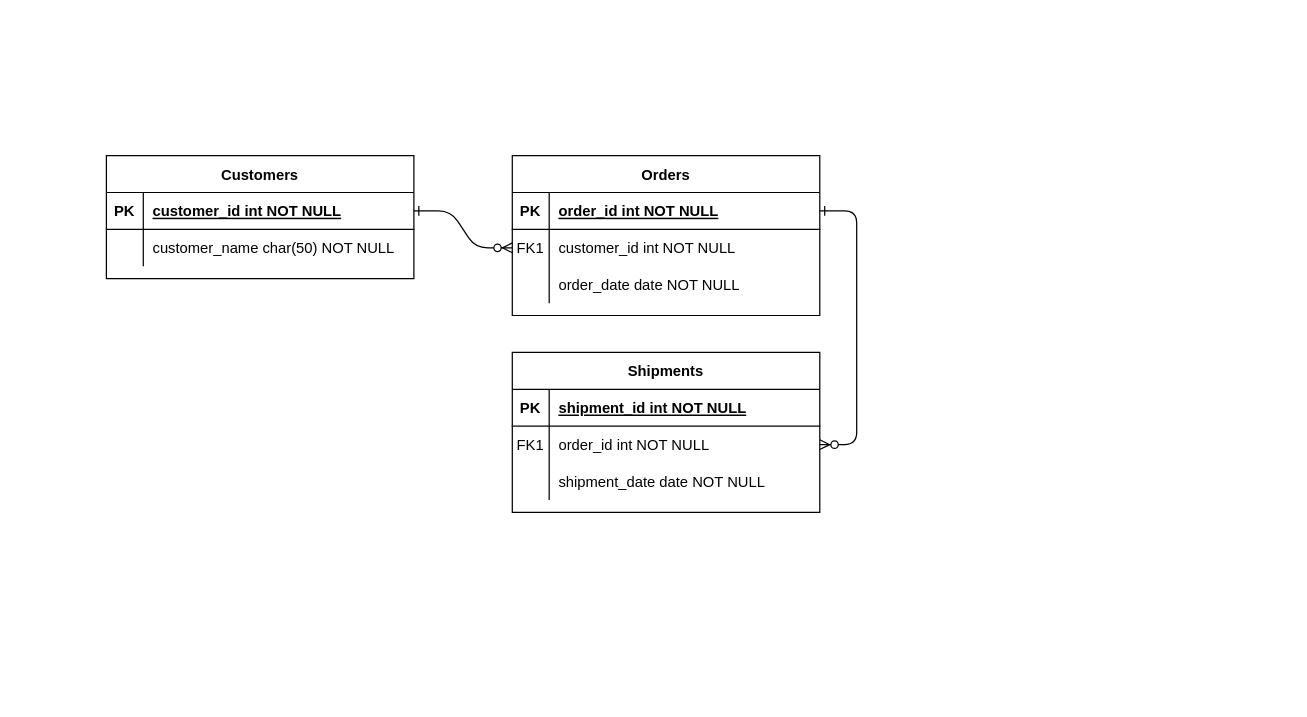
Tirpitztt/Dogs keeps this draw.io diagram as Untitled Diagram.drawio. Above is the earlier version. Source tidied: cells renumbered, new cells numbered last; positions are measured from the earlier drawing's top-left corner, leaving out a move shared by most shapes. Both pictures are drawn from the tidied source at 123%, with x=0, y=0 at pixel (106, 155).
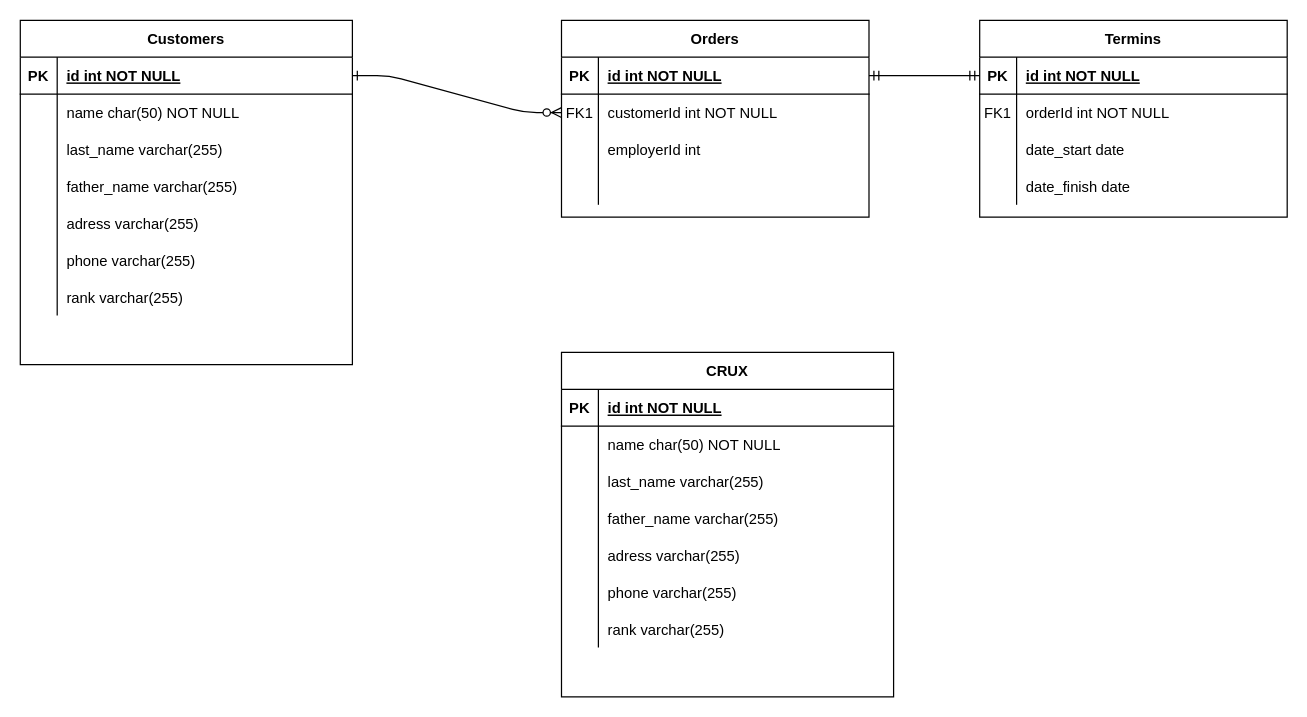
The same page after the edit.

Unchanged cells that the change refers to:
```xml
<mxCell id="5" style="shape=partialRectangle;fillColor=none;points=[[0,0.5],[1,0.5]];portConstraint=eastwest;top=0;left=0;right=0;bottom=1;" parent="4" vertex="1">
  <mxGeometry y="30" width="250" height="30" as="geometry" />
</mxCell>
<mxCell id="8" style="shape=partialRectangle;fillColor=none;points=[[0,0.5],[1,0.5]];portConstraint=eastwest;top=0;left=0;right=0;bottom=0;" parent="4" vertex="1">
  <mxGeometry y="60" width="250" height="30" as="geometry" />
</mxCell>
<mxCell id="11" style="shape=partialRectangle;fillColor=none;top=0;left=0;right=0;bottom=0;" parent="4" vertex="1">
  <mxGeometry y="90" width="250" height="30" as="geometry" />
</mxCell>
<mxCell id="15" style="shape=partialRectangle;fillColor=none;points=[[0,0.5],[1,0.5]];portConstraint=eastwest;top=0;left=0;right=0;bottom=1;" parent="14" vertex="1">
  <mxGeometry y="30" width="250" height="30" as="geometry" />
</mxCell>
<mxCell id="18" style="shape=partialRectangle;fillColor=none;points=[[0,0.5],[1,0.5]];portConstraint=eastwest;top=0;left=0;right=0;bottom=0;" parent="14" vertex="1">
  <mxGeometry y="60" width="250" height="30" as="geometry" />
</mxCell>
<mxCell id="21" style="shape=partialRectangle;fillColor=none;top=0;left=0;right=0;bottom=0;" parent="14" vertex="1">
  <mxGeometry y="90" width="250" height="30" as="geometry" />
</mxCell>
```

What changed in the source:
```diff
@@
-    <mxCell id="3" style="edgeStyle=entityRelationEdgeStyle;endArrow=ERzeroToMany;startArrow=ERone;endFill=1;startFill=0;" parent="1" edge="1" source="5" target="18">
-      <mxGeometry relative="1" as="geometry" />
-    </mxCell>
     <mxCell id="4" value="Orders" style="shape=table;startSize=30;childLayout=tableLayout;rowLines=0;fontStyle=1;align=center;" parent="1" vertex="1">
-      <mxGeometry x="330" width="250" height="130" as="geometry" />
+      <mxGeometry x="370" y="-110" width="250" height="160" as="geometry" />
     </mxCell>
@@
-    <mxCell id="7" value="order_id int NOT NULL " style="shape=partialRectangle;overflow=hidden;fillColor=none;top=0;left=0;bottom=0;right=0;align=left;spacingLeft=6;fontStyle=5;" parent="5" vertex="1">
+    <mxCell id="7" value="id int NOT NULL " style="shape=partialRectangle;overflow=hidden;fillColor=none;top=0;left=0;bottom=0;right=0;align=left;spacingLeft=6;fontStyle=5;" parent="5" vertex="1">
       <mxGeometry x="30" width="220" height="30" as="geometry" />
     </mxCell>
@@
-    <mxCell id="10" value="customer_id int NOT NULL" style="shape=partialRectangle;overflow=hidden;fillColor=none;top=0;left=0;bottom=0;right=0;align=left;spacingLeft=6;" parent="8" vertex="1">
+    <mxCell id="10" value="customerId int NOT NULL" style="shape=partialRectangle;overflow=hidden;fillColor=none;top=0;left=0;bottom=0;right=0;align=left;spacingLeft=6;" parent="8" vertex="1">
       <mxGeometry x="30" width="220" height="30" as="geometry" />
     </mxCell>
@@
-    <mxCell id="13" value="order_date date NOT NULL" style="shape=partialRectangle;overflow=hidden;fillColor=none;top=0;left=0;bottom=0;right=0;align=left;spacingLeft=6;" parent="11" vertex="1">
+    <mxCell id="13" value="employerId int" style="shape=partialRectangle;overflow=hidden;fillColor=none;top=0;left=0;bottom=0;right=0;align=left;spacingLeft=6;" parent="11" vertex="1">
       <mxGeometry x="30" width="220" height="30" as="geometry" />
     </mxCell>
+    <mxCell id="31" style="shape=partialRectangle;fillColor=none;top=0;left=0;right=0;bottom=0;" parent="4" vertex="1">
+      <mxGeometry y="120" width="250" height="30" as="geometry" />
+    </mxCell>
+    <mxCell id="32" style="shape=partialRectangle;overflow=hidden;fillColor=none;top=0;left=0;bottom=0;right=0;" parent="31" vertex="1">
+      <mxGeometry width="30" height="30" as="geometry" />
+    </mxCell>
+    <mxCell id="33" style="shape=partialRectangle;overflow=hidden;fillColor=none;top=0;left=0;bottom=0;right=0;align=left;spacingLeft=6;" parent="31" vertex="1">
+      <mxGeometry x="30" width="220" height="30" as="geometry" />
+    </mxCell>
-    <mxCell id="14" value="Shipments" style="shape=table;startSize=30;childLayout=tableLayout;rowLines=0;fontStyle=1;align=center;" parent="1" vertex="1">
-      <mxGeometry x="330" y="160" width="250" height="130" as="geometry" />
+    <mxCell id="14" value="Termins" style="shape=table;startSize=30;childLayout=tableLayout;rowLines=0;fontStyle=1;align=center;" parent="1" vertex="1">
+      <mxGeometry x="710" y="-110" width="250" height="160" as="geometry" />
     </mxCell>
@@
-    <mxCell id="17" value="shipment_id int NOT NULL " style="shape=partialRectangle;overflow=hidden;fillColor=none;top=0;left=0;bottom=0;right=0;align=left;spacingLeft=6;fontStyle=5;" parent="15" vertex="1">
+    <mxCell id="17" value="id int NOT NULL " style="shape=partialRectangle;overflow=hidden;fillColor=none;top=0;left=0;bottom=0;right=0;align=left;spacingLeft=6;fontStyle=5;" parent="15" vertex="1">
       <mxGeometry x="30" width="220" height="30" as="geometry" />
     </mxCell>
@@
-    <mxCell id="20" value="order_id int NOT NULL" style="shape=partialRectangle;overflow=hidden;fillColor=none;top=0;left=0;bottom=0;right=0;align=left;spacingLeft=6;" parent="18" vertex="1">
+    <mxCell id="20" value="orderId int NOT NULL" style="shape=partialRectangle;overflow=hidden;fillColor=none;top=0;left=0;bottom=0;right=0;align=left;spacingLeft=6;" parent="18" vertex="1">
       <mxGeometry x="30" width="220" height="30" as="geometry" />
     </mxCell>
@@
-    <mxCell id="23" value="shipment_date date NOT NULL" style="shape=partialRectangle;overflow=hidden;fillColor=none;top=0;left=0;bottom=0;right=0;align=left;spacingLeft=6;" parent="21" vertex="1">
+    <mxCell id="23" value="date_start date " style="shape=partialRectangle;overflow=hidden;fillColor=none;top=0;left=0;bottom=0;right=0;align=left;spacingLeft=6;" parent="21" vertex="1">
       <mxGeometry x="30" width="220" height="30" as="geometry" />
     </mxCell>
+    <mxCell id="34" style="shape=partialRectangle;fillColor=none;top=0;left=0;right=0;bottom=0;" parent="14" vertex="1">
+      <mxGeometry y="120" width="250" height="30" as="geometry" />
+    </mxCell>
+    <mxCell id="35" style="shape=partialRectangle;overflow=hidden;fillColor=none;top=0;left=0;bottom=0;right=0;" parent="34" vertex="1">
+      <mxGeometry width="30" height="30" as="geometry" />
+    </mxCell>
+    <mxCell id="36" value="date_finish date" style="shape=partialRectangle;overflow=hidden;fillColor=none;top=0;left=0;bottom=0;right=0;align=left;spacingLeft=6;" parent="34" vertex="1">
+      <mxGeometry x="30" width="220" height="30" as="geometry" />
+    </mxCell>
     <mxCell id="24" value="Customers" style="shape=table;startSize=30;childLayout=tableLayout;rowLines=0;fontStyle=1;align=center;" parent="1" vertex="1">
-      <mxGeometry width="250" height="100" as="geometry" />
+      <mxGeometry x="-70" y="-110" width="270" height="280" as="geometry" />
     </mxCell>
     <mxCell id="25" style="shape=partialRectangle;fillColor=none;points=[[0,0.5],[1,0.5]];portConstraint=eastwest;top=0;left=0;right=0;bottom=1;" parent="24" vertex="1">
-      <mxGeometry y="30" width="250" height="30" as="geometry" />
+      <mxGeometry y="30" width="270" height="30" as="geometry" />
     </mxCell>
@@
-    <mxCell id="27" value="customer_id int NOT NULL " style="shape=partialRectangle;overflow=hidden;fillColor=none;top=0;left=0;bottom=0;right=0;align=left;spacingLeft=6;fontStyle=5;" parent="25" vertex="1">
-      <mxGeometry x="30" width="220" height="30" as="geometry" />
+    <mxCell id="27" value="id int NOT NULL " style="shape=partialRectangle;overflow=hidden;fillColor=none;top=0;left=0;bottom=0;right=0;align=left;spacingLeft=6;fontStyle=5;" parent="25" vertex="1">
+      <mxGeometry x="30" width="240" height="30" as="geometry" />
     </mxCell>
     <mxCell id="28" style="shape=partialRectangle;fillColor=none;top=0;left=0;right=0;bottom=0;" parent="24" vertex="1">
-      <mxGeometry y="60" width="250" height="30" as="geometry" />
+      <mxGeometry y="60" width="270" height="30" as="geometry" />
     </mxCell>
@@
-    <mxCell id="30" value="customer_name char(50) NOT NULL" style="shape=partialRectangle;overflow=hidden;fillColor=none;top=0;left=0;bottom=0;right=0;align=left;spacingLeft=6;" parent="28" vertex="1">
-      <mxGeometry x="30" width="220" height="30" as="geometry" />
+    <mxCell id="30" value="name char(50) NOT NULL" style="shape=partialRectangle;overflow=hidden;fillColor=none;top=0;left=0;bottom=0;right=0;align=left;spacingLeft=6;" parent="28" vertex="1">
+      <mxGeometry x="30" width="240" height="30" as="geometry" />
     </mxCell>
+    <mxCell id="37" style="shape=partialRectangle;fillColor=none;top=0;left=0;right=0;bottom=0;" parent="24" vertex="1">
+      <mxGeometry y="90" width="270" height="30" as="geometry" />
+    </mxCell>
+    <mxCell id="38" style="shape=partialRectangle;overflow=hidden;fillColor=none;top=0;left=0;bottom=0;right=0;" parent="37" vertex="1">
+      <mxGeometry width="30" height="30" as="geometry" />
+    </mxCell>
+    <mxCell id="39" value="last_name varchar(255) " style="shape=partialRectangle;overflow=hidden;fillColor=none;top=0;left=0;bottom=0;right=0;align=left;spacingLeft=6;" parent="37" vertex="1">
+      <mxGeometry x="30" width="240" height="30" as="geometry" />
+    </mxCell>
+    <mxCell id="40" style="shape=partialRectangle;fillColor=none;top=0;left=0;right=0;bottom=0;" parent="24" vertex="1">
+      <mxGeometry y="120" width="270" height="30" as="geometry" />
+    </mxCell>
+    <mxCell id="41" style="shape=partialRectangle;overflow=hidden;fillColor=none;top=0;left=0;bottom=0;right=0;" parent="40" vertex="1">
+      <mxGeometry width="30" height="30" as="geometry" />
+    </mxCell>
+    <mxCell id="42" value="father_name varchar(255) " style="shape=partialRectangle;overflow=hidden;fillColor=none;top=0;left=0;bottom=0;right=0;align=left;spacingLeft=6;" parent="40" vertex="1">
+      <mxGeometry x="30" width="240" height="30" as="geometry" />
+    </mxCell>
+    <mxCell id="43" style="shape=partialRectangle;fillColor=none;top=0;left=0;right=0;bottom=0;" parent="24" vertex="1">
+      <mxGeometry y="150" width="270" height="30" as="geometry" />
+    </mxCell>
+    <mxCell id="44" style="shape=partialRectangle;overflow=hidden;fillColor=none;top=0;left=0;bottom=0;right=0;" parent="43" vertex="1">
+      <mxGeometry width="30" height="30" as="geometry" />
+    </mxCell>
+    <mxCell id="45" value="adress varchar(255)" style="shape=partialRectangle;overflow=hidden;fillColor=none;top=0;left=0;bottom=0;right=0;align=left;spacingLeft=6;" parent="43" vertex="1">
+      <mxGeometry x="30" width="240" height="30" as="geometry" />
+    </mxCell>
+    <mxCell id="46" style="shape=partialRectangle;fillColor=none;top=0;left=0;right=0;bottom=0;" parent="24" vertex="1">
+      <mxGeometry y="180" width="270" height="30" as="geometry" />
+    </mxCell>
+    <mxCell id="47" style="shape=partialRectangle;overflow=hidden;fillColor=none;top=0;left=0;bottom=0;right=0;" parent="46" vertex="1">
+      <mxGeometry width="30" height="30" as="geometry" />
+    </mxCell>
+    <mxCell id="48" value="phone varchar(255)" style="shape=partialRectangle;overflow=hidden;fillColor=none;top=0;left=0;bottom=0;right=0;align=left;spacingLeft=6;" parent="46" vertex="1">
+      <mxGeometry x="30" width="240" height="30" as="geometry" />
+    </mxCell>
+    <mxCell id="49" style="shape=partialRectangle;fillColor=none;top=0;left=0;right=0;bottom=0;" parent="24" vertex="1">
+      <mxGeometry y="210" width="270" height="30" as="geometry" />
+    </mxCell>
+    <mxCell id="50" style="shape=partialRectangle;overflow=hidden;fillColor=none;top=0;left=0;bottom=0;right=0;" parent="49" vertex="1">
+      <mxGeometry width="30" height="30" as="geometry" />
+    </mxCell>
+    <mxCell id="51" value="rank varchar(255)" style="shape=partialRectangle;overflow=hidden;fillColor=none;top=0;left=0;bottom=0;right=0;align=left;spacingLeft=6;" parent="49" vertex="1">
+      <mxGeometry x="30" width="240" height="30" as="geometry" />
+    </mxCell>
+    <mxCell id="52" value="CRUX" style="shape=table;startSize=30;childLayout=tableLayout;rowLines=0;fontStyle=1;align=center;" parent="1" vertex="1">
+      <mxGeometry x="370" y="160" width="270" height="280" as="geometry" />
+    </mxCell>
+    <mxCell id="53" style="shape=partialRectangle;fillColor=none;top=0;left=0;right=0;bottom=1;" parent="52" vertex="1">
+      <mxGeometry y="30" width="270" height="30" as="geometry" />
+    </mxCell>
+    <mxCell id="54" value="PK" style="shape=partialRectangle;overflow=hidden;fillColor=none;top=0;left=0;bottom=0;right=0;fontStyle=1;" parent="53" vertex="1">
+      <mxGeometry width="30" height="30" as="geometry" />
+    </mxCell>
+    <mxCell id="55" value="id int NOT NULL " style="shape=partialRectangle;overflow=hidden;fillColor=none;top=0;left=0;bottom=0;right=0;align=left;spacingLeft=6;fontStyle=5;" parent="53" vertex="1">
+      <mxGeometry x="30" width="240" height="30" as="geometry" />
+    </mxCell>
+    <mxCell id="56" style="shape=partialRectangle;fillColor=none;top=0;left=0;right=0;bottom=0;" parent="52" vertex="1">
+      <mxGeometry y="60" width="270" height="30" as="geometry" />
+    </mxCell>
+    <mxCell id="57" style="shape=partialRectangle;overflow=hidden;fillColor=none;top=0;left=0;bottom=0;right=0;" parent="56" vertex="1">
+      <mxGeometry width="30" height="30" as="geometry" />
+    </mxCell>
+    <mxCell id="58" value="name char(50) NOT NULL" style="shape=partialRectangle;overflow=hidden;fillColor=none;top=0;left=0;bottom=0;right=0;align=left;spacingLeft=6;" parent="56" vertex="1">
+      <mxGeometry x="30" width="240" height="30" as="geometry" />
+    </mxCell>
+    <mxCell id="59" style="shape=partialRectangle;fillColor=none;top=0;left=0;right=0;bottom=0;" parent="52" vertex="1">
+      <mxGeometry y="90" width="270" height="30" as="geometry" />
+    </mxCell>
+    <mxCell id="60" style="shape=partialRectangle;overflow=hidden;fillColor=none;top=0;left=0;bottom=0;right=0;" parent="59" vertex="1">
+      <mxGeometry width="30" height="30" as="geometry" />
+    </mxCell>
+    <mxCell id="61" value="last_name varchar(255) " style="shape=partialRectangle;overflow=hidden;fillColor=none;top=0;left=0;bottom=0;right=0;align=left;spacingLeft=6;" parent="59" vertex="1">
+      <mxGeometry x="30" width="240" height="30" as="geometry" />
+    </mxCell>
+    <mxCell id="62" style="shape=partialRectangle;fillColor=none;top=0;left=0;right=0;bottom=0;" parent="52" vertex="1">
+      <mxGeometry y="120" width="270" height="30" as="geometry" />
+    </mxCell>
+    <mxCell id="63" style="shape=partialRectangle;overflow=hidden;fillColor=none;top=0;left=0;bottom=0;right=0;" parent="62" vertex="1">
+      <mxGeometry width="30" height="30" as="geometry" />
+    </mxCell>
+    <mxCell id="64" value="father_name varchar(255) " style="shape=partialRectangle;overflow=hidden;fillColor=none;top=0;left=0;bottom=0;right=0;align=left;spacingLeft=6;" parent="62" vertex="1">
+      <mxGeometry x="30" width="240" height="30" as="geometry" />
+    </mxCell>
+    <mxCell id="65" style="shape=partialRectangle;fillColor=none;top=0;left=0;right=0;bottom=0;" parent="52" vertex="1">
+      <mxGeometry y="150" width="270" height="30" as="geometry" />
+    </mxCell>
+    <mxCell id="66" style="shape=partialRectangle;overflow=hidden;fillColor=none;top=0;left=0;bottom=0;right=0;" parent="65" vertex="1">
+      <mxGeometry width="30" height="30" as="geometry" />
+    </mxCell>
+    <mxCell id="67" value="adress varchar(255)" style="shape=partialRectangle;overflow=hidden;fillColor=none;top=0;left=0;bottom=0;right=0;align=left;spacingLeft=6;" parent="65" vertex="1">
+      <mxGeometry x="30" width="240" height="30" as="geometry" />
+    </mxCell>
+    <mxCell id="68" style="shape=partialRectangle;fillColor=none;top=0;left=0;right=0;bottom=0;" parent="52" vertex="1">
+      <mxGeometry y="180" width="270" height="30" as="geometry" />
+    </mxCell>
+    <mxCell id="69" style="shape=partialRectangle;overflow=hidden;fillColor=none;top=0;left=0;bottom=0;right=0;" parent="68" vertex="1">
+      <mxGeometry width="30" height="30" as="geometry" />
+    </mxCell>
+    <mxCell id="70" value="phone varchar(255)" style="shape=partialRectangle;overflow=hidden;fillColor=none;top=0;left=0;bottom=0;right=0;align=left;spacingLeft=6;" parent="68" vertex="1">
+      <mxGeometry x="30" width="240" height="30" as="geometry" />
+    </mxCell>
+    <mxCell id="71" style="shape=partialRectangle;fillColor=none;top=0;left=0;right=0;bottom=0;" parent="52" vertex="1">
+      <mxGeometry y="210" width="270" height="30" as="geometry" />
+    </mxCell>
+    <mxCell id="72" style="shape=partialRectangle;overflow=hidden;fillColor=none;top=0;left=0;bottom=0;right=0;" parent="71" vertex="1">
+      <mxGeometry width="30" height="30" as="geometry" />
+    </mxCell>
+    <mxCell id="73" value="rank varchar(255)" style="shape=partialRectangle;overflow=hidden;fillColor=none;top=0;left=0;bottom=0;right=0;align=left;spacingLeft=6;" parent="71" vertex="1">
+      <mxGeometry x="30" width="240" height="30" as="geometry" />
+    </mxCell>
+    <mxCell id="74" style="edgeStyle=entityRelationEdgeStyle;fontSize=12;html=1;endArrow=ERmandOne;startArrow=ERmandOne;rounded=0;entryX=0;entryY=0.5;entryDx=0;entryDy=0;exitX=1;exitY=0.5;exitDx=0;exitDy=0;" parent="1" edge="1" source="5" target="15">
+      <mxGeometry relative="1" as="geometry" />
+    </mxCell>
```
